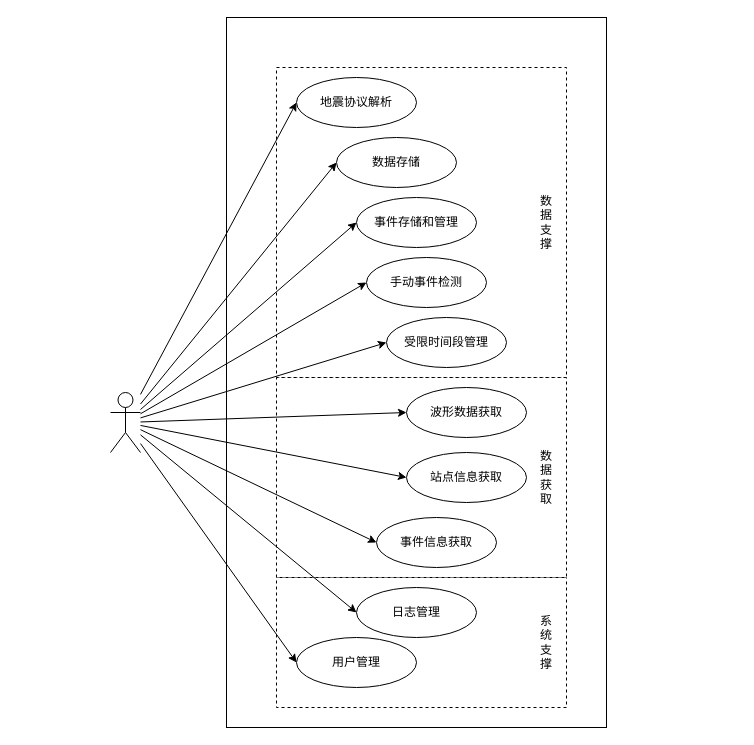
Above: 管理系统/总体需求用例图.drawio in Diend-7/- (draw.io), before the change. Source tidied: cells renumbered, new cells numbered last; positions are measured from the earlier drawing's top-left corner, leaving out a move shared by most shapes. Both pictures are drawn from the tidied source at 100%, with x=0, y=0 at pixel (110, 17).
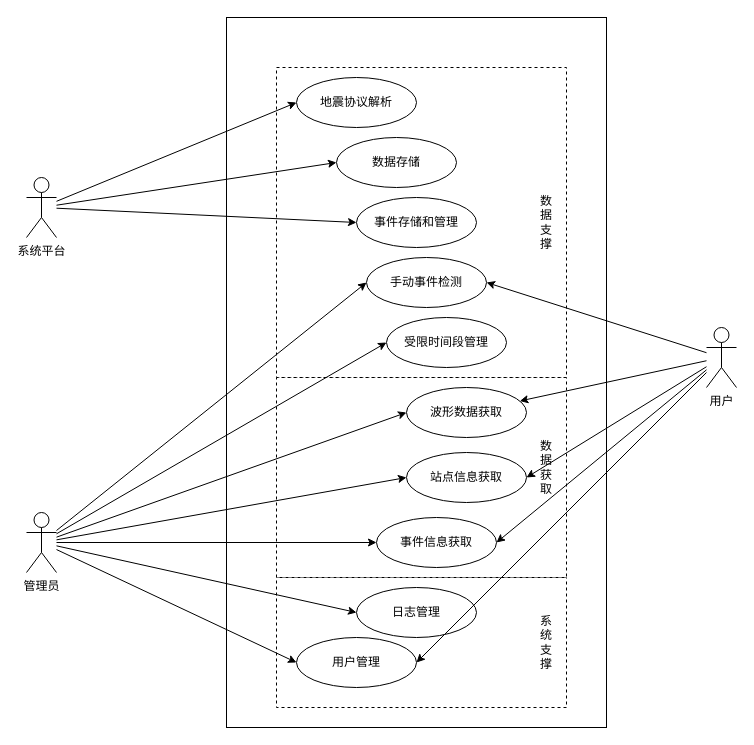
After the change.

Commit message:
更新总体需求用例图.drawio

Unchanged cells that the change refers to:
```xml
<mxCell id="19" value="手动事件检测" style="ellipse;whiteSpace=wrap;html=1;" parent="1" vertex="1">
  <mxGeometry x="256" y="240" width="120" height="50" as="geometry" />
</mxCell>
<mxCell id="20" value="波形数据获取" style="ellipse;whiteSpace=wrap;html=1;" parent="1" vertex="1">
  <mxGeometry x="296" y="370" width="120" height="50" as="geometry" />
</mxCell>
<mxCell id="21" value="站点信息获取" style="ellipse;whiteSpace=wrap;html=1;" parent="1" vertex="1">
  <mxGeometry x="296" y="435" width="120" height="50" as="geometry" />
</mxCell>
<mxCell id="22" value="事件信息获取" style="ellipse;whiteSpace=wrap;html=1;" parent="1" vertex="1">
  <mxGeometry x="266" y="500" width="120" height="50" as="geometry" />
</mxCell>
<mxCell id="23" value="受限时间段管理" style="ellipse;whiteSpace=wrap;html=1;" parent="1" vertex="1">
  <mxGeometry x="276" y="300" width="120" height="50" as="geometry" />
</mxCell>
<mxCell id="24" value="日志管理" style="ellipse;whiteSpace=wrap;html=1;" parent="1" vertex="1">
  <mxGeometry x="246" y="570" width="120" height="50" as="geometry" />
</mxCell>
<mxCell id="25" value="用户管理" style="ellipse;whiteSpace=wrap;html=1;" parent="1" vertex="1">
  <mxGeometry x="186" y="620" width="120" height="50" as="geometry" />
</mxCell>
```

Change to the diagram source:
```diff
@@
-    <mxCell id="6" style="rounded=0;jettySize=auto;html=1;entryX=0;entryY=0.5;entryDx=0;entryDy=0;" parent="1" edge="1" source="15" target="20">
-      <mxGeometry relative="1" as="geometry" />
-    </mxCell>
-    <mxCell id="7" style="rounded=0;jettySize=auto;html=1;entryX=0;entryY=0.5;entryDx=0;entryDy=0;" parent="1" edge="1" source="15" target="21">
-      <mxGeometry relative="1" as="geometry" />
-    </mxCell>
-    <mxCell id="8" style="rounded=0;jettySize=auto;html=1;entryX=0;entryY=0.5;entryDx=0;entryDy=0;" parent="1" edge="1" source="15" target="22">
-      <mxGeometry relative="1" as="geometry" />
-    </mxCell>
-    <mxCell id="9" style="rounded=0;jettySize=auto;html=1;entryX=0;entryY=0.5;entryDx=0;entryDy=0;" parent="1" edge="1" source="15" target="24">
-      <mxGeometry relative="1" as="geometry" />
-    </mxCell>
@@
-    <mxCell id="13" style="rounded=0;jettySize=auto;html=1;entryX=0;entryY=0.5;entryDx=0;entryDy=0;" parent="1" edge="1" source="15" target="19">
-      <mxGeometry relative="1" as="geometry" />
-    </mxCell>
-    <mxCell id="14" style="rounded=0;jettySize=auto;html=1;entryX=0;entryY=0.5;entryDx=0;entryDy=0;" parent="1" edge="1" source="15" target="23">
-      <mxGeometry relative="1" as="geometry" />
-    </mxCell>
-    <mxCell id="15" style="shape=umlActor;verticalLabelPosition=bottom;verticalAlign=top;html=1;outlineConnect=0;" parent="1" vertex="1">
-      <mxGeometry y="375" width="30" height="60" as="geometry" />
+    <mxCell id="15" value="系统平台" style="shape=umlActor;verticalLabelPosition=bottom;verticalAlign=top;html=1;outlineConnect=0;" parent="1" vertex="1">
+      <mxGeometry x="-84" y="160" width="30" height="60" as="geometry" />
     </mxCell>
@@
-    <mxCell id="26" style="rounded=0;jettySize=auto;html=1;entryX=0;entryY=0.5;entryDx=0;entryDy=0;" parent="1" edge="1" source="15" target="25">
-      <mxGeometry relative="1" as="geometry" />
-    </mxCell>
@@
+    <mxCell id="29" value="&lt;div&gt;系&lt;/div&gt;&lt;div&gt;统&lt;/div&gt;&lt;div&gt;支&lt;/div&gt;&lt;div&gt;撑&lt;/div&gt;" style="text;html=1;align=center;verticalAlign=middle;whiteSpace=wrap;rounded=0;" parent="1" vertex="1">
+      <mxGeometry x="406" y="610" width="60" height="30" as="geometry" />
+    </mxCell>
+    <mxCell id="30" style="rounded=0;jettySize=auto;html=1;entryX=1;entryY=0.5;entryDx=0;entryDy=0;" parent="1" edge="1" source="35" target="19">
+      <mxGeometry relative="1" as="geometry" />
+    </mxCell>
+    <mxCell id="31" style="rounded=0;jettySize=auto;html=1;" parent="1" edge="1" source="35" target="20">
+      <mxGeometry relative="1" as="geometry" />
+    </mxCell>
+    <mxCell id="32" style="rounded=0;jettySize=auto;html=1;entryX=1;entryY=0.5;entryDx=0;entryDy=0;" parent="1" edge="1" source="35" target="21">
+      <mxGeometry relative="1" as="geometry" />
+    </mxCell>
+    <mxCell id="33" style="rounded=0;jettySize=auto;html=1;entryX=1;entryY=0.5;entryDx=0;entryDy=0;" parent="1" edge="1" source="35" target="22">
+      <mxGeometry relative="1" as="geometry" />
+    </mxCell>
+    <mxCell id="34" style="rounded=0;jettySize=auto;html=1;entryX=1;entryY=0.5;entryDx=0;entryDy=0;" parent="1" edge="1" source="35" target="25">
+      <mxGeometry relative="1" as="geometry" />
+    </mxCell>
+    <mxCell id="35" value="用户" style="shape=umlActor;verticalLabelPosition=bottom;verticalAlign=top;html=1;outlineConnect=0;" parent="1" vertex="1">
+      <mxGeometry x="596" y="310" width="30" height="60" as="geometry" />
+    </mxCell>
+    <mxCell id="36" style="rounded=0;jettySize=auto;html=1;entryX=0;entryY=0.5;entryDx=0;entryDy=0;" parent="1" edge="1" source="43" target="23">
+      <mxGeometry relative="1" as="geometry" />
+    </mxCell>
+    <mxCell id="37" style="rounded=0;jettySize=auto;html=1;entryX=0;entryY=0.5;entryDx=0;entryDy=0;" parent="1" edge="1" source="43" target="24">
+      <mxGeometry relative="1" as="geometry" />
+    </mxCell>
+    <mxCell id="38" style="rounded=0;jettySize=auto;html=1;entryX=0;entryY=0.5;entryDx=0;entryDy=0;" parent="1" edge="1" source="43" target="25">
+      <mxGeometry relative="1" as="geometry" />
+    </mxCell>
+    <mxCell id="39" style="rounded=0;jettySize=auto;html=1;" parent="1" edge="1" source="43" target="22">
+      <mxGeometry relative="1" as="geometry" />
+    </mxCell>
+    <mxCell id="40" style="rounded=0;jettySize=auto;html=1;entryX=0;entryY=0.5;entryDx=0;entryDy=0;" parent="1" edge="1" source="43" target="21">
+      <mxGeometry relative="1" as="geometry" />
+    </mxCell>
+    <mxCell id="41" style="rounded=0;jettySize=auto;html=1;entryX=0;entryY=0.5;entryDx=0;entryDy=0;" parent="1" edge="1" source="43" target="20">
+      <mxGeometry relative="1" as="geometry" />
+    </mxCell>
+    <mxCell id="42" style="rounded=0;jettySize=auto;html=1;entryX=0;entryY=0.5;entryDx=0;entryDy=0;" parent="1" edge="1" source="43" target="19">
+      <mxGeometry relative="1" as="geometry" />
+    </mxCell>
+    <mxCell id="43" value="管理员" style="shape=umlActor;verticalLabelPosition=bottom;verticalAlign=top;html=1;outlineConnect=0;" parent="1" vertex="1">
+      <mxGeometry x="-84" y="495" width="30" height="60" as="geometry" />
+    </mxCell>
     <mxCell id="28" value="数&lt;div&gt;据&lt;/div&gt;&lt;div&gt;获&lt;/div&gt;&lt;div&gt;取&lt;/div&gt;" style="text;html=1;align=center;verticalAlign=middle;whiteSpace=wrap;rounded=0;" parent="1" vertex="1">
-      <mxGeometry x="406" y="445" width="60" height="30" as="geometry" />
+      <mxGeometry x="406" y="435" width="60" height="30" as="geometry" />
     </mxCell>
-    <mxCell id="29" value="&lt;div&gt;系&lt;/div&gt;&lt;div&gt;统&lt;/div&gt;&lt;div&gt;支&lt;/div&gt;&lt;div&gt;撑&lt;/div&gt;" style="text;html=1;align=center;verticalAlign=middle;whiteSpace=wrap;rounded=0;" parent="1" vertex="1">
-      <mxGeometry x="406" y="610" width="60" height="30" as="geometry" />
-    </mxCell>
```
